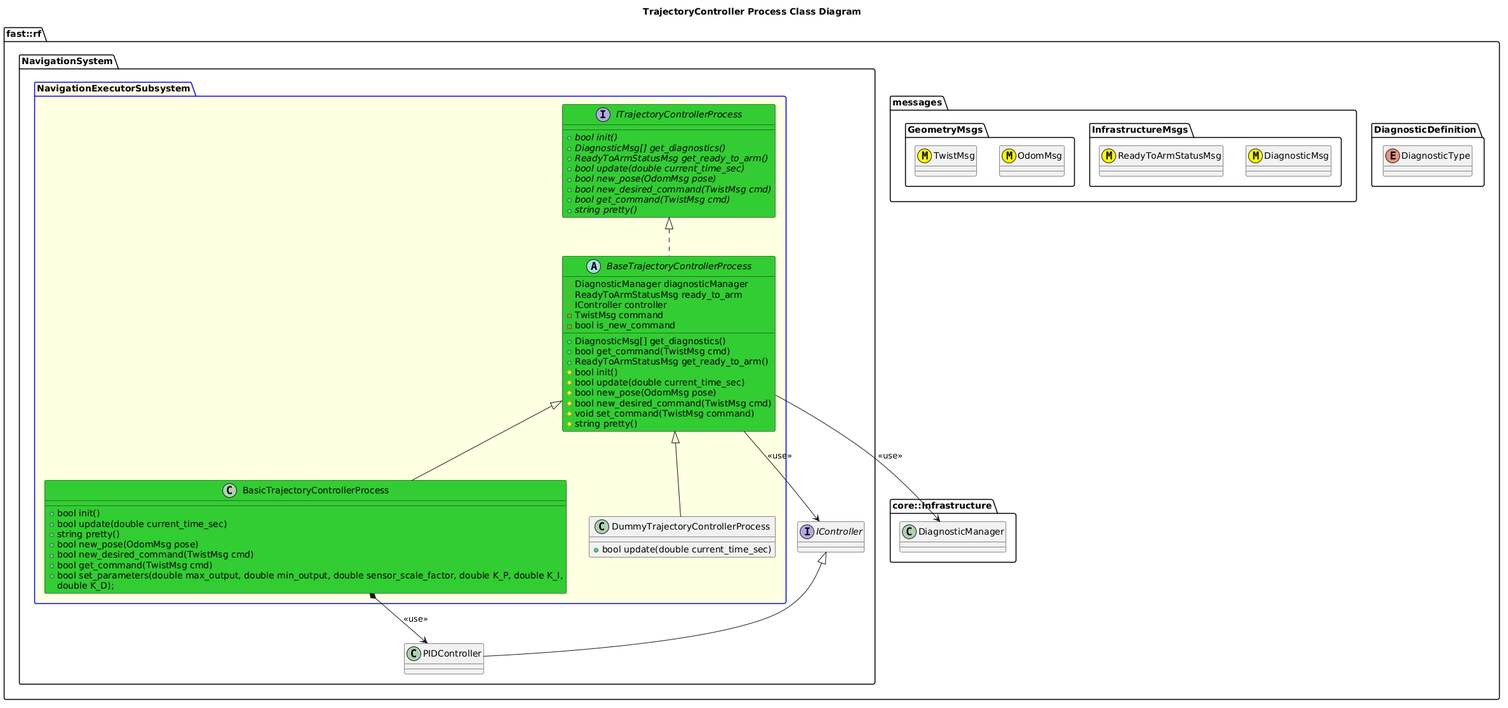
This is Systems/Navigation/Subsystems/NavigationExecutor/Processes/TrajectoryController/doc/puml/TrajectoryControllerProcessClassDiagram.png from fastrobotics/robot_framework, a PlantUML export, as it was before one commit.
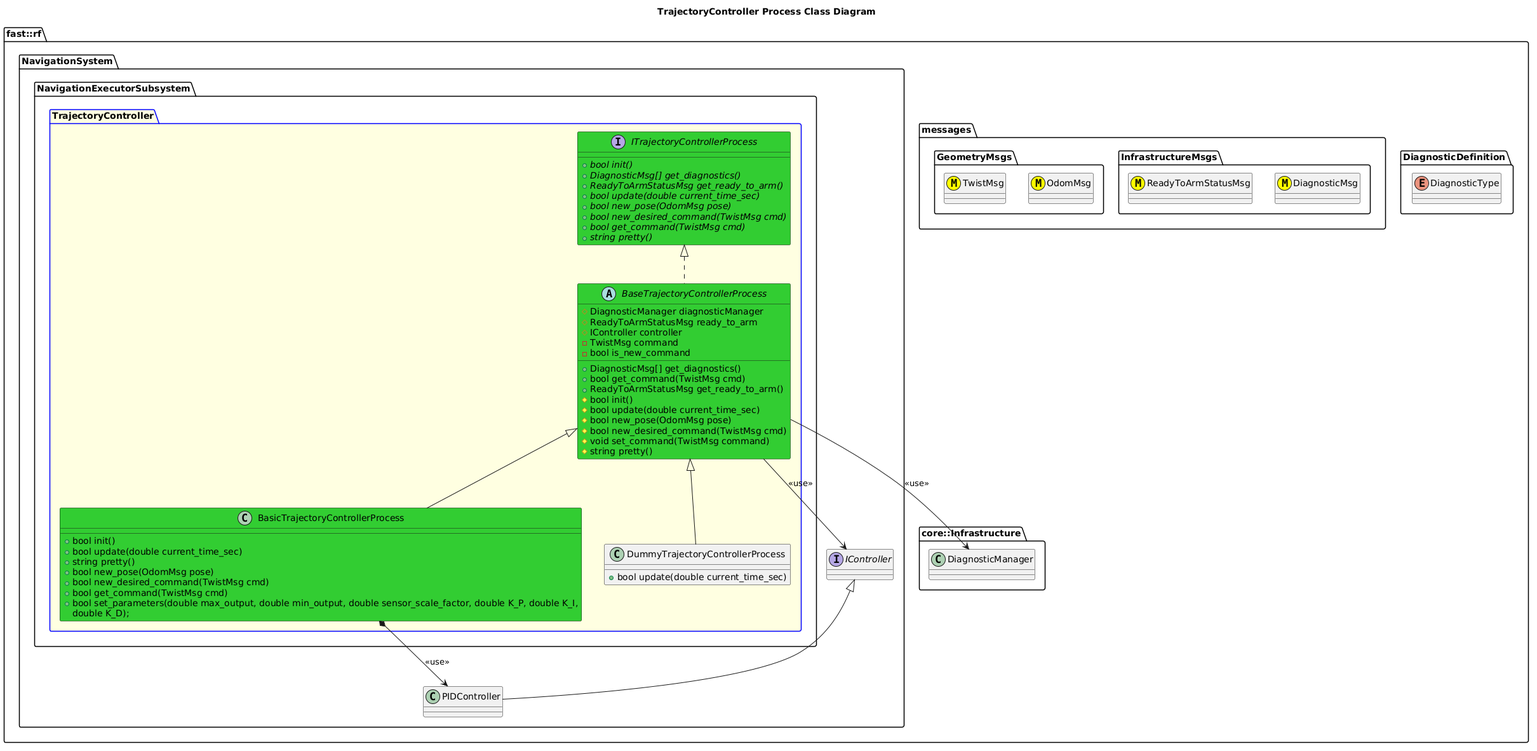
After the change.

What changed in the source:
```diff
@@ -22,7 +22,8 @@
     interface IController
     class PIDController
     PIDController -up-|> IController
-    package NavigationExecutorSubsystem #LightYellow;line:blue {
+    namespace NavigationExecutorSubsystem {
+      package TrajectoryController #LightYellow;line:blue {
         interface ITrajectoryControllerProcess #LimeGreen  {
           +{abstract} bool init()
           +{abstract} DiagnosticMsg[] get_diagnostics()
@@ -70,6 +71,7 @@
           +bool update(double current_time_sec)
         }
         DummyTrajectoryControllerProcess -up-|> BaseTrajectoryControllerProcess
+      }
     }
   }
 }
```
